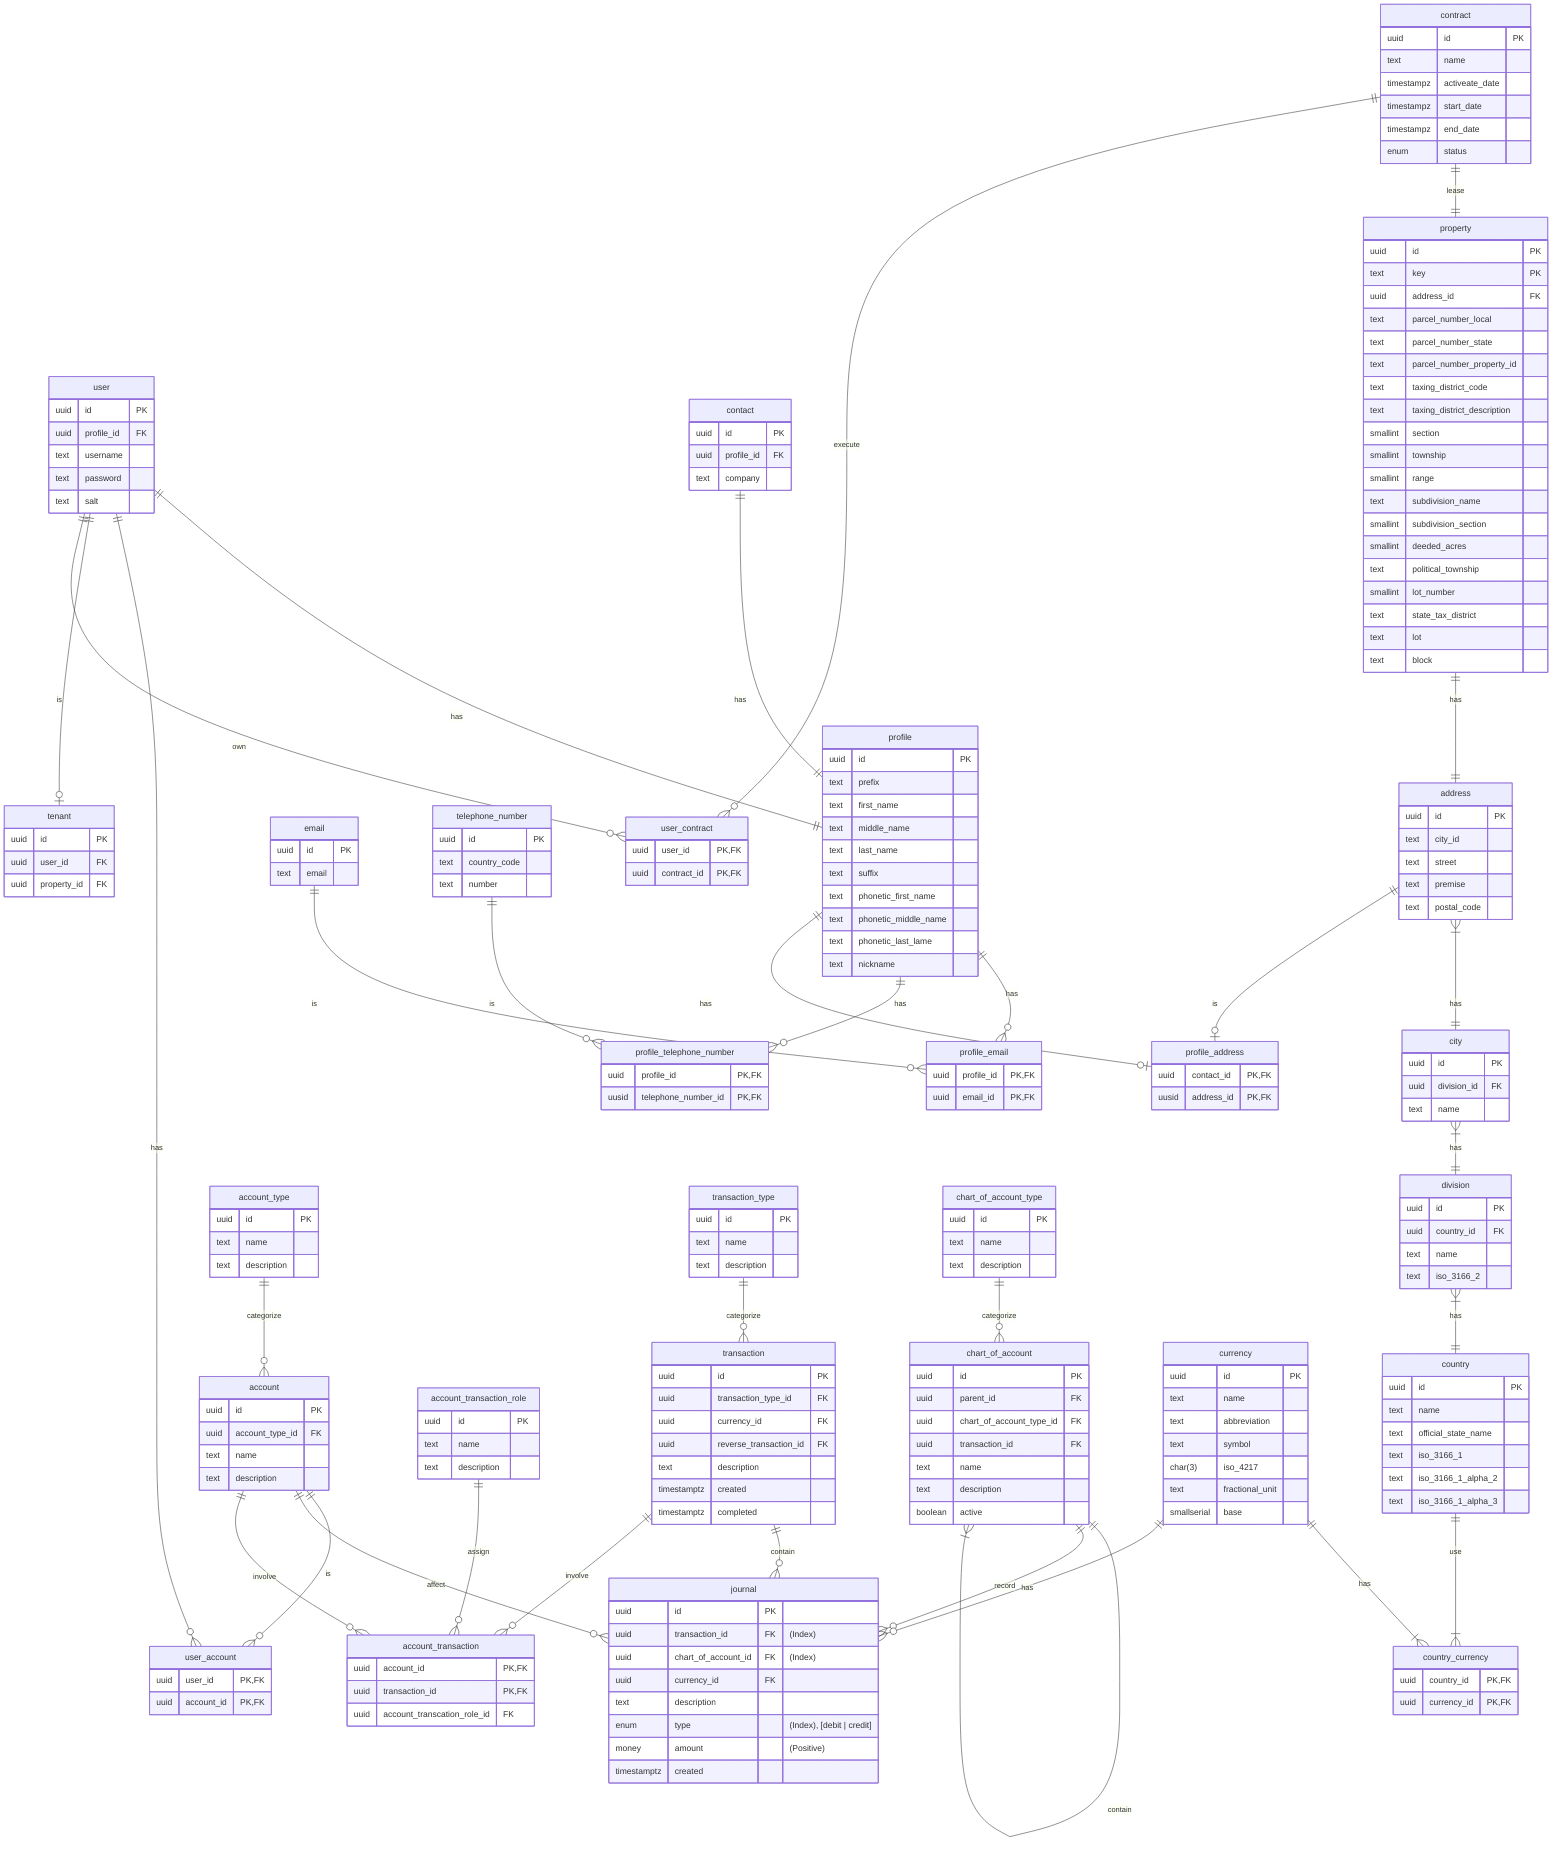
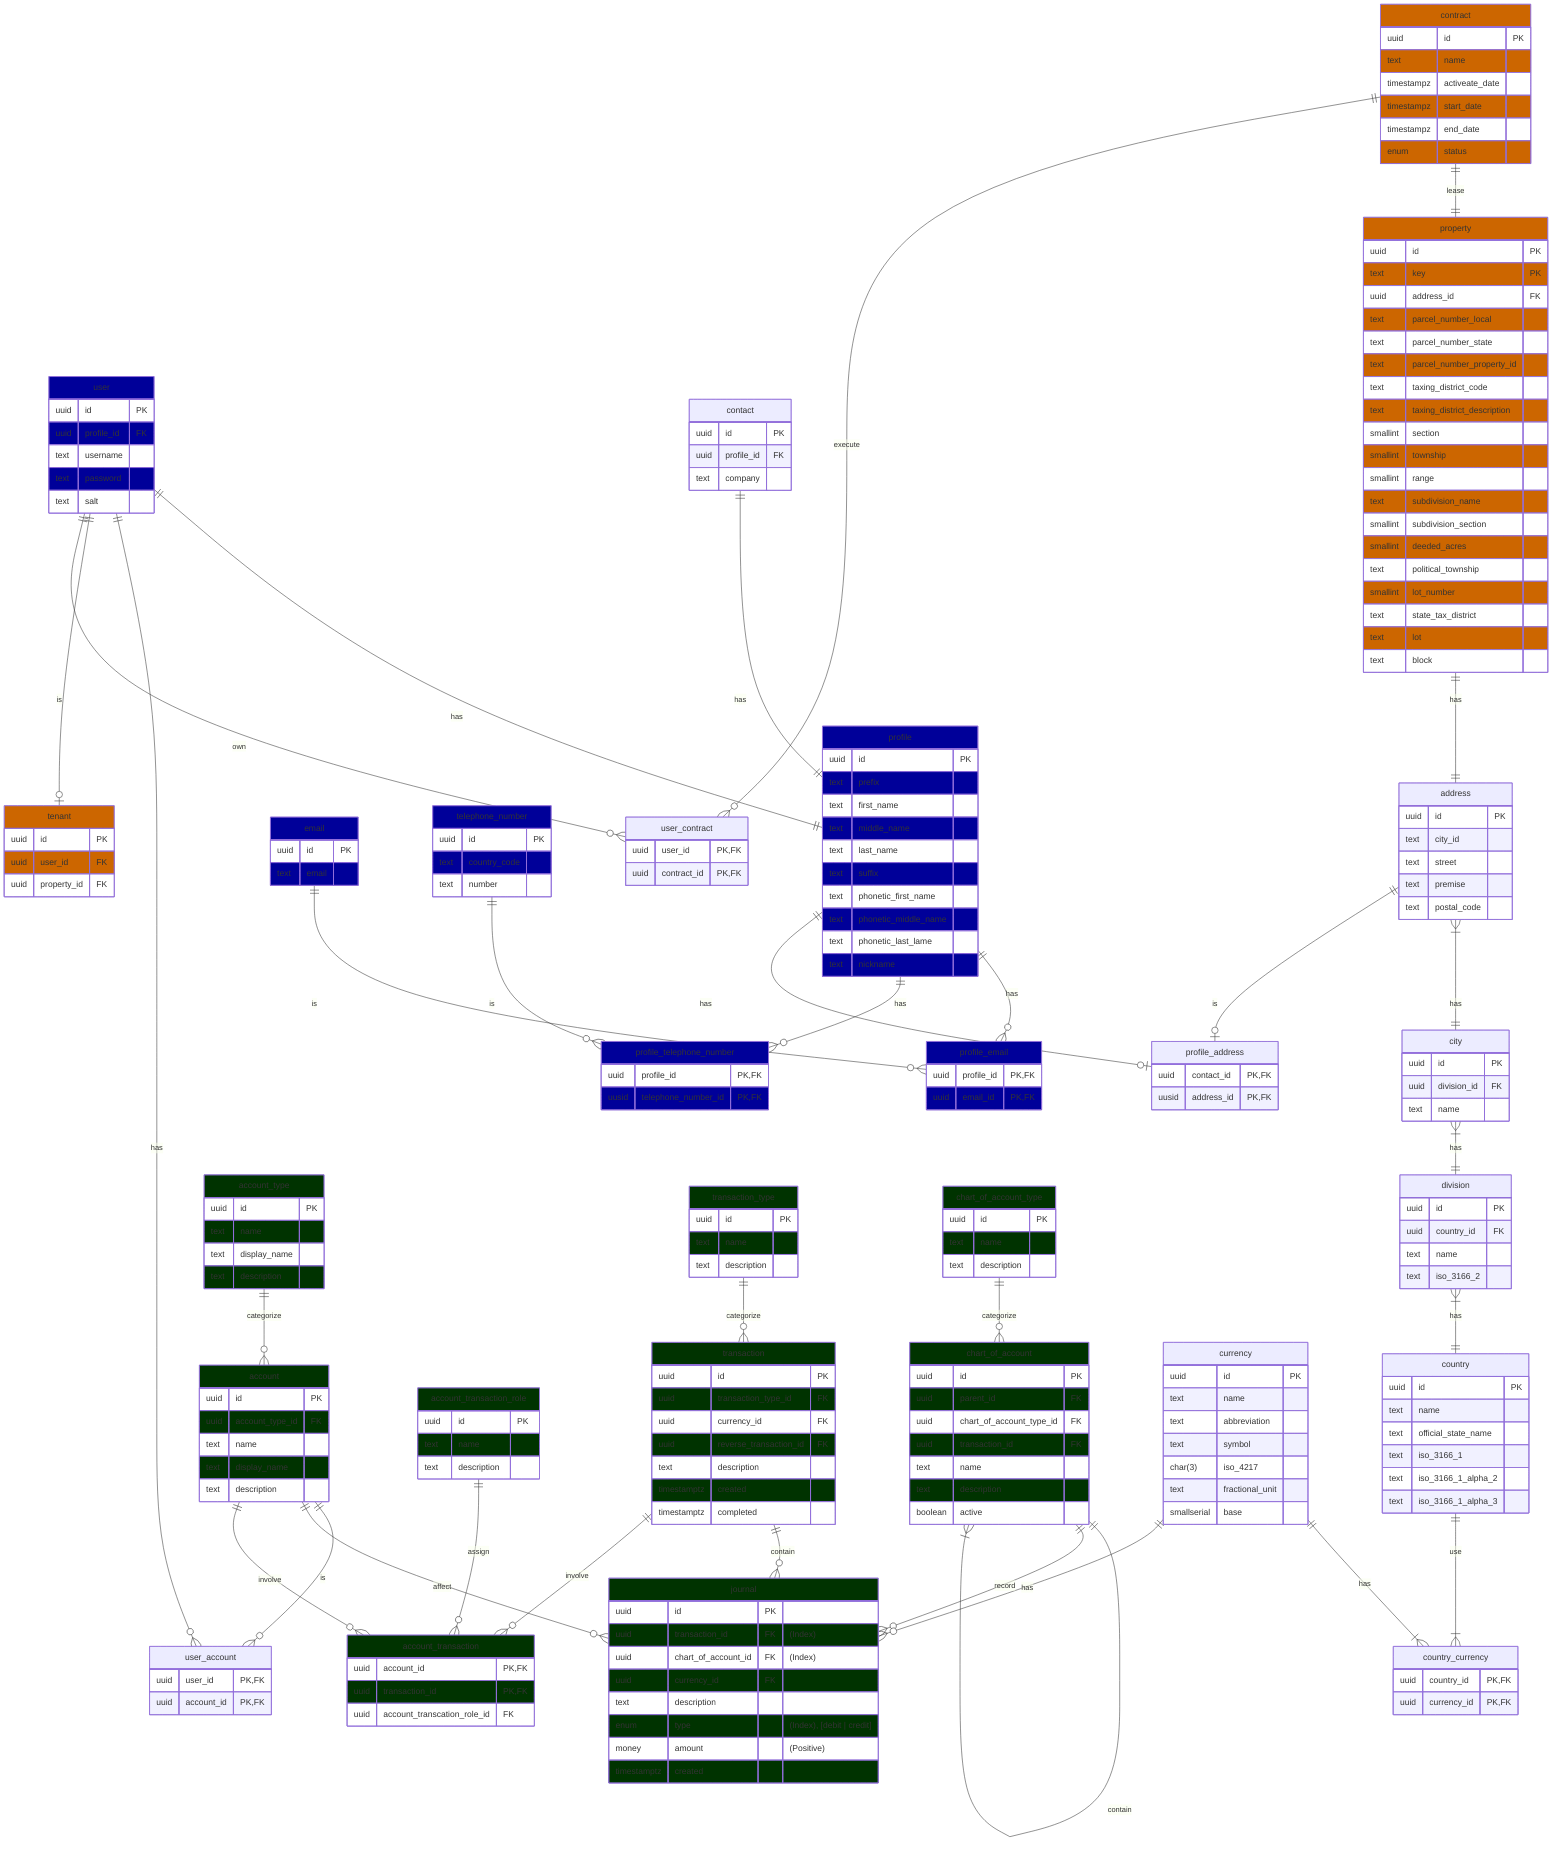
erDiagram

    %%%%%%%%%%%%%
    %% General %%
    %%%%%%%%%%%%%

    %% User
    %% The user of the system
    user ||--|| profile : has
    user ||--o{ user_account : has
    user ||--o| tenant : is
-     user {
+     user:::general {
        uuid id PK
        uuid profile_id FK
        text username
        text password
        text salt
    }

    %% User Account
    user_account {
        uuid user_id PK,FK
        uuid account_id PK,FK
    }

    %% Contact
    contact ||--|| profile : has
    contact {
        uuid id PK
        uuid profile_id FK
        text company
    }

    %% Profile
-     profile {
+     profile:::general {
        uuid id PK
        text prefix
        text first_name
        text middle_name
        text last_name
        text suffix
        text phonetic_first_name
        text phonetic_middle_name
        text phonetic_last_lame
        text nickname
    }

    %% Email
-     email {
+     email:::general {
        uuid id PK
        text email
    }

    profile ||--o{ profile_email : has
    email ||--o{ profile_email : is
-     profile_email {
+     profile_email:::general {
        uuid profile_id PK,FK
        uuid email_id PK,FK
    }

    %% Telephone Number
-     telephone_number {
+     telephone_number:::general {
        uuid id PK
        text country_code
        text number
    }

    profile ||--o{ profile_telephone_number : has
    telephone_number ||--o{ profile_telephone_number : is
-     profile_telephone_number {
+     profile_telephone_number:::general {
        uuid profile_id PK,FK
        uusid telephone_number_id PK,FK
    }

    %% Address
    address }|--|| city : has
    address {
        uuid id PK
        text city_id
        text street
        text premise
        text postal_code
    }

    profile ||--o| profile_address : has
    address ||--o| profile_address : is
    profile_address {
        uuid contact_id PK,FK
        uusid address_id PK,FK
    }

    %% City
    city }|--|| division : has
    city {
        uuid id PK
        uuid division_id FK
        text name
    }

    %% Division
    division }|--|| country : has
    division {
        uuid id PK
        uuid country_id FK
        text name
        text iso_3166_2
    }

    %% Country
    country ||--|{ country_currency : use
    country {
        uuid id PK
        text name
        text official_state_name
        text iso_3166_1
        text iso_3166_1_alpha_2
        text iso_3166_1_alpha_3
    }

+     %%%%%%%%%%%%%%
+     %% Property %%
+     %%%%%%%%%%%%%%
+ 
    %% Tenant
-     tenant {
+     tenant:::property {
        uuid id PK
        uuid user_id FK
        uuid property_id FK
    }

    %% Contract
    contract ||--|| property : lease
-     contract {
+     contract:::property {
        uuid id PK
        text name
        timestampz activeate_date
        timestampz start_date
        timestampz end_date
        enum status
    }

    %% User Contract
    user ||--o{ user_contract : own
    contract ||--o{ user_contract : execute
    user_contract {
        uuid user_id PK,FK
        uuid contract_id PK,FK
    }

    %% Property
    property ||--|| address : has
-     property {
+     property:::property {
        uuid id PK
        text key PK
        uuid address_id FK
        text parcel_number_local
        text parcel_number_state
        text parcel_number_property_id
        text taxing_district_code
        text taxing_district_description
        smallint section
        smallint township
        smallint range
        text subdivision_name
        smallint subdivision_section
        smallint deeded_acres
        text political_township
        smallint lot_number
        text state_tax_district
        text lot
        text block
    }

    %%%%%%%%%%%%%
    %% Finance %%
    %%%%%%%%%%%%%

    %% Account
    account ||--o{ user_account : is
    account ||--o{ journal : affect
    account ||--o{ account_transaction : involve
-     account {
+     account:::finance {
        uuid id PK
        uuid account_type_id FK
        text name
-         text description
-     }
- 
-     account_type ||--o{ account : categorize
+         text display_name
+         text description
+     }
+ 
+     account_type:::finance ||--o{ account : categorize
    account_type {
        uuid id PK
        text name
+         text display_name
        text description
    }

    %% Account Transaction
-     account_transaction {
+     account_transaction:::finance {
        uuid account_id PK,FK
        uuid transaction_id PK,FK
        uuid account_transcation_role_id FK
    }

    %% Account Transaction Role
    account_transaction_role ||--o{ account_transaction : assign
-     account_transaction_role {
+     account_transaction_role:::finance {
        uuid id PK
        text name
        text description
    }

    %% Transaction
    transaction ||--o{ journal : contain
    transaction ||--o{ account_transaction : involve
-     transaction {
+     transaction:::finance {
        uuid id PK
        uuid transaction_type_id FK
        uuid currency_id FK
        uuid reverse_transaction_id FK
        %% uuid source_account_id
        %% uuid destination_account_id
        text description
        timestamptz created
        timestamptz completed
        %% money original_cost
        %% money tax
        %% money adjustment
        %% money discount
        %% enum tax_expense
    }

    %% Transaction Type
    transaction_type ||--o{ transaction : categorize
-     transaction_type {
+     transaction_type:::finance {
        uuid id PK
        text name
        text description
    }

    %% Chart of Account
    %% Asset, Liability, Equity, Revenue, Expense, Other
    chart_of_account ||--|{ chart_of_account : contain
    chart_of_account ||--o{ journal : record
-     chart_of_account {
+     chart_of_account:::finance {
        uuid id PK
        uuid parent_id FK
        uuid chart_of_account_type_id FK
        uuid transaction_id FK
        text name
        text description
        boolean active
    }

    %% Chart of Account Type
    chart_of_account_type ||--o{ chart_of_account : categorize
-     chart_of_account_type {
+     chart_of_account_type:::finance {
        uuid id PK
        text name
        text description
    }

    %% Journal
    %% Chronological listing of business events using accounting
    %% debit-and-credit language
    %% Ledger
    %% Copy of journal's events, sorted by category or account
-     journal {
+     journal:::finance {
        uuid id PK
        uuid transaction_id FK "(Index)"
        uuid chart_of_account_id FK "(Index)"
        uuid currency_id FK
        text description
        enum type "(Index), [debit | credit]"
        money amount "(Positive)"
        timestamptz created
    }

    %% Currency
    currency ||--|{ country_currency : has
    currency ||--o{ journal : has
    currency {
        uuid id PK
        text name
        text abbreviation
        text symbol
        char(3) iso_4217
        text fractional_unit
        smallserial base
    }

    country_currency {
        uuid country_id PK,FK
        uuid currency_id PK,FK
    }
+ 
+     classDef general fill:#009
+     classDef finance fill:#030
+     classDef property fill:#c60
